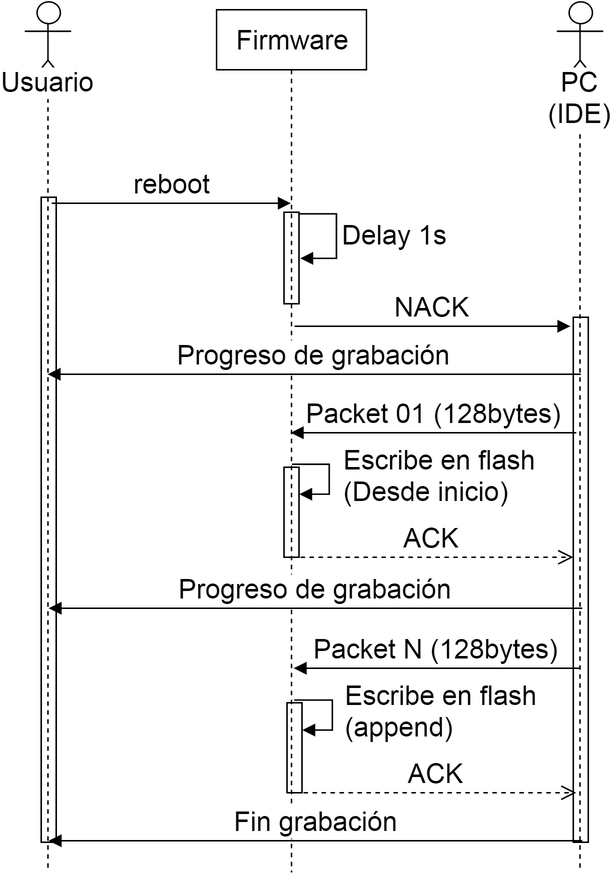
Before: Figures/fig_ide_xmodem.png, a diagram exported from draw.io (ernesto-g/tpfinalcese). Source tidied: cells renumbered, new cells last; positions are measured from the earlier drawing's top-left corner, leaving out a move shared by most shapes.
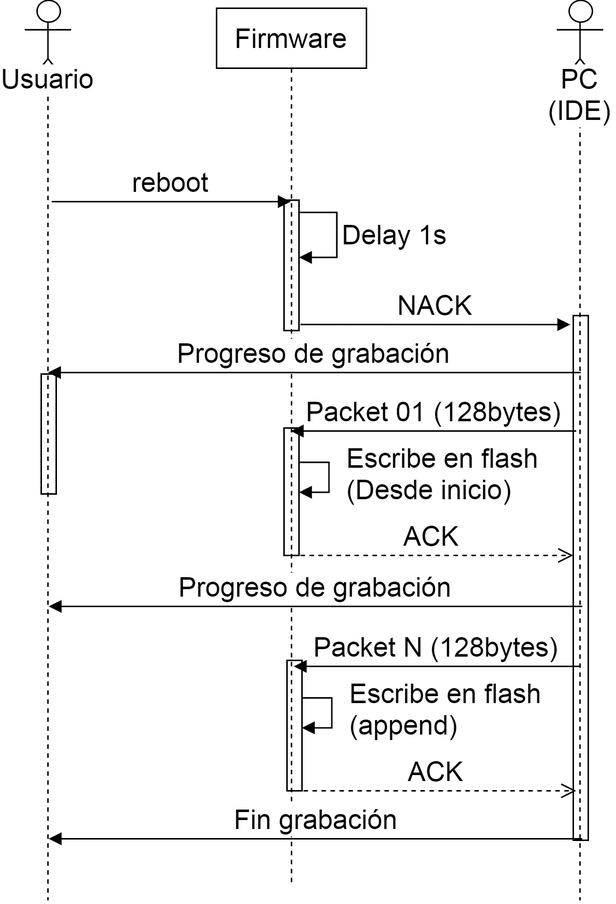
Above is the later version.

Change to the diagram source:
```diff
@@ -3,7 +3,7 @@
     <mxCell id="0" />
     <mxCell id="1" parent="0" />
     <mxCell id="2" value="Usuario" style="shape=umlLifeline;participant=umlActor;perimeter=lifelinePerimeter;whiteSpace=wrap;html=1;verticalAlign=top;spacingTop=36;labelBackgroundColor=#ffffff;outlineConnect=0;rounded=0;shadow=0;glass=0;comic=0;fillColor=none;fontSize=18;size=58;" parent="1" vertex="1">
-      <mxGeometry width="31" height="580" as="geometry" />
+      <mxGeometry width="31" height="600" as="geometry" />
     </mxCell>
     <mxCell id="3" value="reboot" style="html=1;verticalAlign=bottom;endArrow=block;fontSize=18;" parent="2" edge="1">
       <mxGeometry relative="1" as="geometry">
@@ -12,18 +12,18 @@
       </mxGeometry>
     </mxCell>
     <mxCell id="4" style="html=1;perimeter=orthogonalPerimeter;rounded=0;shadow=0;glass=0;comic=0;fillColor=none;fontSize=18;" parent="2" vertex="1">
-      <mxGeometry x="11" y="130" width="10" height="430" as="geometry" />
+      <mxGeometry x="11" y="249" width="10" height="80" as="geometry" />
     </mxCell>
     <mxCell id="5" value="Firmware" style="shape=umlLifeline;perimeter=lifelinePerimeter;whiteSpace=wrap;html=1;rounded=0;shadow=0;glass=0;comic=0;fillColor=none;fontSize=18;" parent="1" vertex="1">
-      <mxGeometry x="128" y="5" width="100" height="575" as="geometry" />
+      <mxGeometry x="128" y="5" width="100" height="585" as="geometry" />
     </mxCell>
     <mxCell id="6" style="html=1;perimeter=orthogonalPerimeter;rounded=0;shadow=0;glass=0;comic=0;fillColor=none;fontSize=18;" parent="5" vertex="1">
-      <mxGeometry x="45" y="305" width="10" height="60" as="geometry" />
+      <mxGeometry x="45" y="280" width="10" height="85" as="geometry" />
     </mxCell>
     <mxCell id="7" style="html=1;points=[];perimeter=orthogonalPerimeter;rounded=0;shadow=0;glass=0;comic=0;fillColor=none;fontSize=18;" parent="1" vertex="1">
-      <mxGeometry x="173" y="140" width="10" height="61" as="geometry" />
+      <mxGeometry x="173" y="133" width="10" height="87" as="geometry" />
     </mxCell>
-    <mxCell id="8" value="Delay 1s" style="edgeStyle=orthogonalEdgeStyle;html=1;align=left;spacingLeft=2;endArrow=block;rounded=0;fontSize=18;entryX=1.086;entryY=0.5;entryPerimeter=0;" parent="1" edge="1" target="7">
+    <mxCell id="8" value="Delay 1s" style="edgeStyle=orthogonalEdgeStyle;html=1;align=left;spacingLeft=2;endArrow=block;rounded=0;fontSize=18;" parent="1" edge="1" target="7">
       <mxGeometry relative="1" as="geometry">
         <mxPoint x="183" y="141" as="sourcePoint" />
         <Array as="points">
@@ -32,14 +32,13 @@
         </Array>
       </mxGeometry>
     </mxCell>
-    <mxCell id="9" value="&lt;div&gt;NACK&lt;/div&gt;" style="html=1;verticalAlign=bottom;endArrow=block;fontSize=18;" parent="1" edge="1">
+    <mxCell id="9" value="&lt;div&gt;NACK&lt;/div&gt;" style="html=1;verticalAlign=bottom;endArrow=block;fontSize=18;exitX=1.095;exitY=0.952;exitPerimeter=0;" parent="1" edge="1" source="7">
       <mxGeometry x="234" y="115" as="geometry">
-        <mxPoint x="180" y="216" as="sourcePoint" />
         <mxPoint x="364" y="216" as="targetPoint" />
       </mxGeometry>
     </mxCell>
     <mxCell id="10" value="PC (IDE)" style="shape=umlLifeline;participant=umlActor;perimeter=lifelinePerimeter;whiteSpace=wrap;html=1;verticalAlign=top;spacingTop=36;labelBackgroundColor=#ffffff;rounded=0;shadow=0;glass=0;comic=0;fillColor=none;fontSize=18;size=58;" parent="1" vertex="1">
-      <mxGeometry x="355" width="31" height="580" as="geometry" />
+      <mxGeometry x="355" width="31" height="600" as="geometry" />
     </mxCell>
     <mxCell id="11" style="html=1;perimeter=orthogonalPerimeter;rounded=0;shadow=0;glass=0;comic=0;fillColor=none;fontSize=18;" parent="10" vertex="1">
       <mxGeometry x="11" y="210" width="10" height="350" as="geometry" />
@@ -57,7 +56,7 @@
     </mxCell>
     <mxCell id="14" value="Escribe en flash&lt;div&gt;(Desde inicio)&lt;/div&gt;" style="edgeStyle=orthogonalEdgeStyle;html=1;align=left;spacingLeft=2;endArrow=block;rounded=0;entryX=1;entryY=0;fontSize=18;" parent="1" edge="1">
       <mxGeometry y="16" as="geometry">
-        <mxPoint x="178" y="308" as="sourcePoint" />
+        <mxPoint x="183" y="308" as="sourcePoint" />
         <mxPoint x="183" y="328" as="targetPoint" />
         <Array as="points">
           <mxPoint x="203" y="308" />
@@ -78,7 +77,7 @@
       </mxGeometry>
     </mxCell>
     <mxCell id="17" style="html=1;perimeter=orthogonalPerimeter;rounded=0;shadow=0;glass=0;comic=0;fillColor=none;fontSize=18;" parent="1" vertex="1">
-      <mxGeometry x="175" y="467" width="10" height="60" as="geometry" />
+      <mxGeometry x="175" y="440" width="10" height="87" as="geometry" />
     </mxCell>
     <mxCell id="18" value="&lt;div&gt;Packet N (128bytes)&lt;/div&gt;" style="html=1;verticalAlign=bottom;endArrow=block;fontSize=18;" parent="1" edge="1">
       <mxGeometry x="388" y="343" as="geometry">
@@ -88,7 +87,7 @@
     </mxCell>
     <mxCell id="19" value="Escribe en flash&lt;div&gt;(append)&lt;/div&gt;" style="edgeStyle=orthogonalEdgeStyle;html=1;align=left;spacingLeft=2;endArrow=block;rounded=0;entryX=1;entryY=0;fontSize=18;" parent="1" edge="1">
       <mxGeometry x="2" y="173" as="geometry">
-        <mxPoint x="180" y="465" as="sourcePoint" />
+        <mxPoint x="185" y="465" as="sourcePoint" />
         <mxPoint x="185" y="485" as="targetPoint" />
         <Array as="points">
           <mxPoint x="205" y="465" />
```
